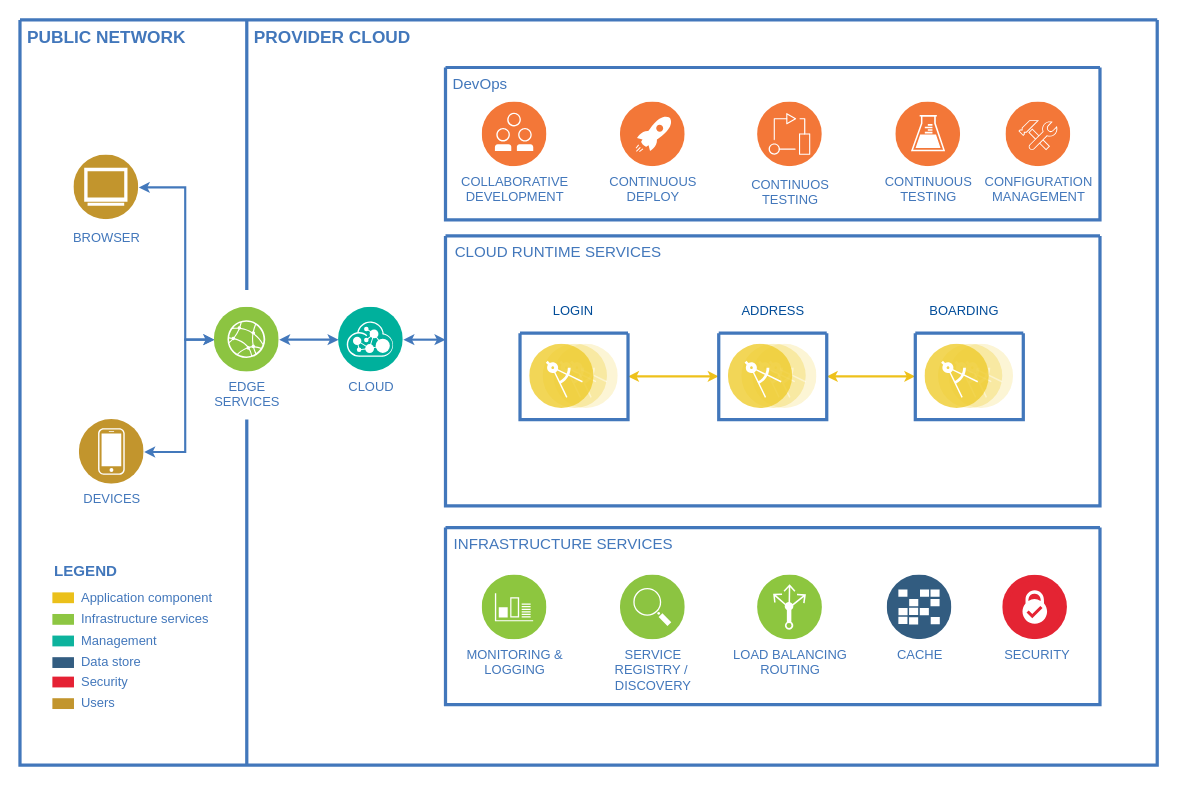
Above: docs/Architecture-solution-Goku-Ecommerce.drawio in rcamilo/goku-ecommerce (draw.io), before the change. Source tidied: cells renumbered, new cells numbered last; positions are measured from the earlier drawing's top-left corner, leaving out a move shared by most shapes. Both pictures are drawn from the tidied source at 108%, with x=0, y=0 at pixel (19, 19).
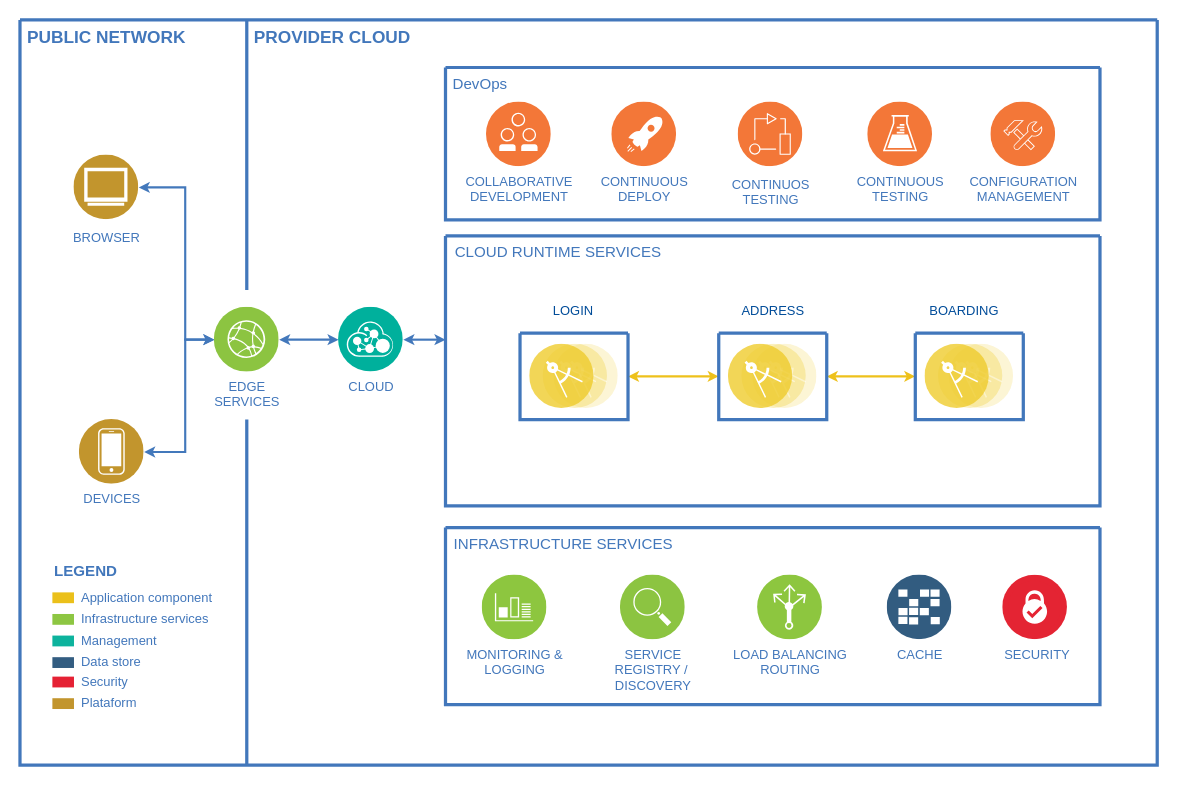
The same page after the edit.

Commit message (it also covers changes not shown here):
Solução Arq. Goku Ecommerce

Unchanged cells that the change refers to:
```xml
<mxCell id="2" style="swimlane;shadow=0;strokeColor=#4277BB;fillColor=#ffffff;fontColor=#4277BB;align=right;startSize=0;strokeWidth=3;" parent="1" vertex="1">
  <mxGeometry width="1053" height="690" as="geometry" />
</mxCell>
<mxCell id="21" style="swimlane;shadow=0;strokeColor=#4277BB;fillColor=#ffffff;fontColor=#4277BB;align=right;startSize=0;strokeWidth=3;" parent="2" vertex="1">
  <mxGeometry x="394" y="44" width="606" height="141" as="geometry" />
</mxCell>
```

Diff of the diagram source:
```diff
@@
-    <mxCell id="12" value="Users" style="rounded=0;html=1;shadow=0;labelBackgroundColor=none;strokeColor=none;strokeWidth=2;fillColor=#C2952D;gradientColor=none;fontSize=12;fontColor=#4277BB;align=left;labelPosition=right;verticalLabelPosition=middle;verticalAlign=middle;spacingLeft=5;" parent="2" vertex="1">
+    <mxCell id="12" value="Plataform" style="rounded=0;html=1;shadow=0;labelBackgroundColor=none;strokeColor=none;strokeWidth=2;fillColor=#C2952D;gradientColor=none;fontSize=12;fontColor=#4277BB;align=left;labelPosition=right;verticalLabelPosition=middle;verticalAlign=middle;spacingLeft=5;" parent="2" vertex="1">
       <mxGeometry x="30" y="628" width="20" height="10" as="geometry" />
     </mxCell>
@@
     <mxCell id="22" value="COLLABORATIVE&lt;div&gt;DEVELOPMENT&lt;/div&gt;" style="perimeter=ellipsePerimeter;html=1;align=center;shadow=0;dashed=0;image;image=img/lib/ibm/devops/collaborative_development.svg;labelBackgroundColor=#ffffff;strokeColor=#666666;strokeWidth=3;fillColor=#C2952D;gradientColor=none;fontSize=12;fontColor=#4277BB;" parent="21" vertex="1">
-      <mxGeometry x="34" y="32" width="60" height="60" as="geometry" />
+      <mxGeometry x="38" y="32" width="60" height="60" as="geometry" />
     </mxCell>
     <mxCell id="23" value="CONTINUOUS&lt;div&gt;DEPLOY&lt;/div&gt;" style="perimeter=ellipsePerimeter;html=1;align=center;shadow=0;dashed=0;image;image=img/lib/ibm/devops/continuous_deploy.svg;labelBackgroundColor=#ffffff;strokeColor=#666666;strokeWidth=3;fillColor=#C2952D;gradientColor=none;fontSize=12;fontColor=#4277BB;" parent="21" vertex="1">
-      <mxGeometry x="162" y="32" width="60" height="60" as="geometry" />
+      <mxGeometry x="154" y="32" width="60" height="60" as="geometry" />
     </mxCell>
     <mxCell id="24" value="CONFIGURATION&lt;div&gt;MANAGEMENT&lt;/div&gt;" style="perimeter=ellipsePerimeter;html=1;align=center;shadow=0;dashed=0;image;image=img/lib/ibm/devops/configuration_management.svg;labelBackgroundColor=#ffffff;strokeColor=#666666;strokeWidth=3;fillColor=#C2952D;gradientColor=none;fontSize=12;fontColor=#4277BB;" parent="21" vertex="1">
-      <mxGeometry x="519" y="32" width="60" height="60" as="geometry" />
+      <mxGeometry x="505" y="32" width="60" height="60" as="geometry" />
     </mxCell>
     <mxCell id="25" value="CONTINUOUS&lt;div&gt;TESTING&lt;/div&gt;" style="perimeter=ellipsePerimeter;html=1;align=center;shadow=0;dashed=0;image;image=img/lib/ibm/devops/continuous_testing.svg;labelBackgroundColor=#ffffff;strokeColor=#666666;strokeWidth=3;fillColor=#C2952D;gradientColor=none;fontSize=12;fontColor=#4277BB;" parent="21" vertex="1">
-      <mxGeometry x="417" y="32" width="60" height="60" as="geometry" />
+      <mxGeometry x="391" y="32" width="60" height="60" as="geometry" />
     </mxCell>
@@
     <mxCell id="27" value="CONTINUOS&lt;br&gt;TESTING" style="perimeter=ellipsePerimeter;html=1;align=center;shadow=0;dashed=0;fontColor=#4277BB;labelBackgroundColor=#ffffff;fontSize=12;spacingTop=3;image;image=img/lib/ibm/devops/devops.svg;" parent="21" vertex="1">
-      <mxGeometry x="289" y="32" width="60" height="60" as="geometry" />
+      <mxGeometry x="271" y="32" width="60" height="60" as="geometry" />
     </mxCell>
```
